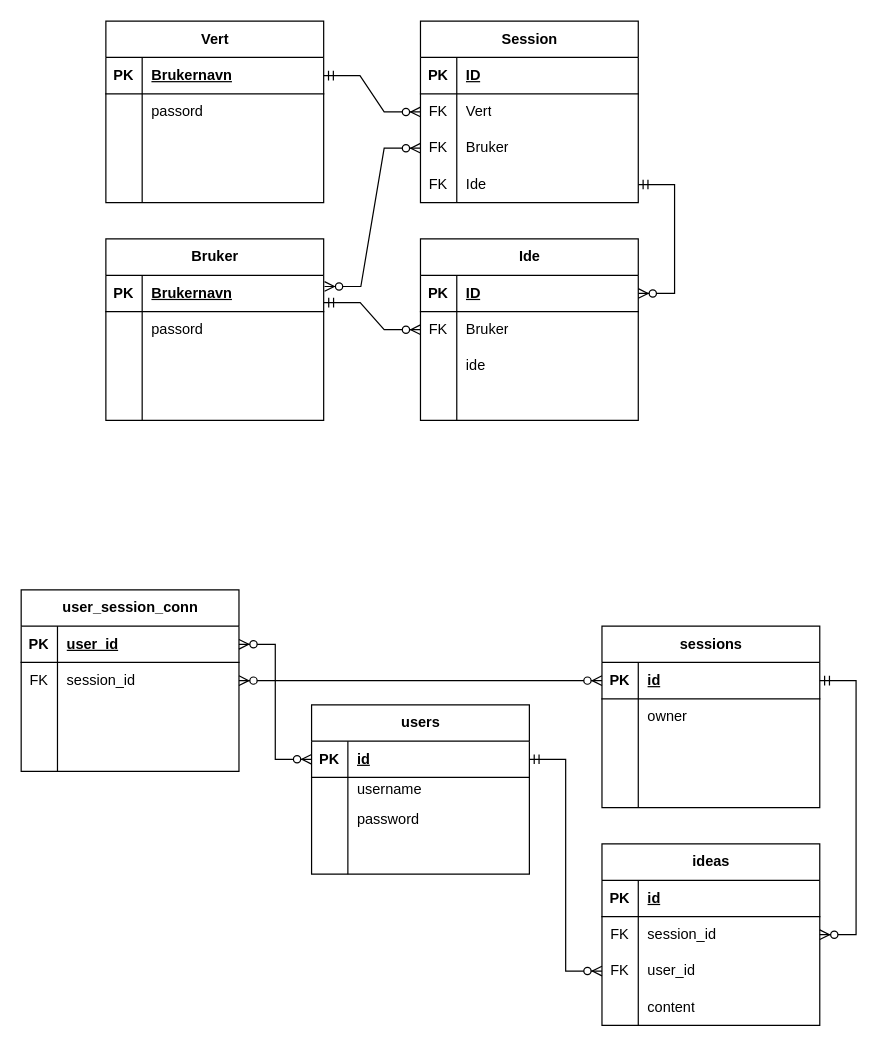
The draw.io diagram er.drawio in Zandra7/Brainstorming-app, before the edit. Source tidied: cells renumbered, new cells numbered last; positions are measured from the earlier drawing's top-left corner, leaving out a move shared by most shapes. Both pictures are drawn from the tidied source at 121%, with x=0, y=0 at pixel (21, 21).
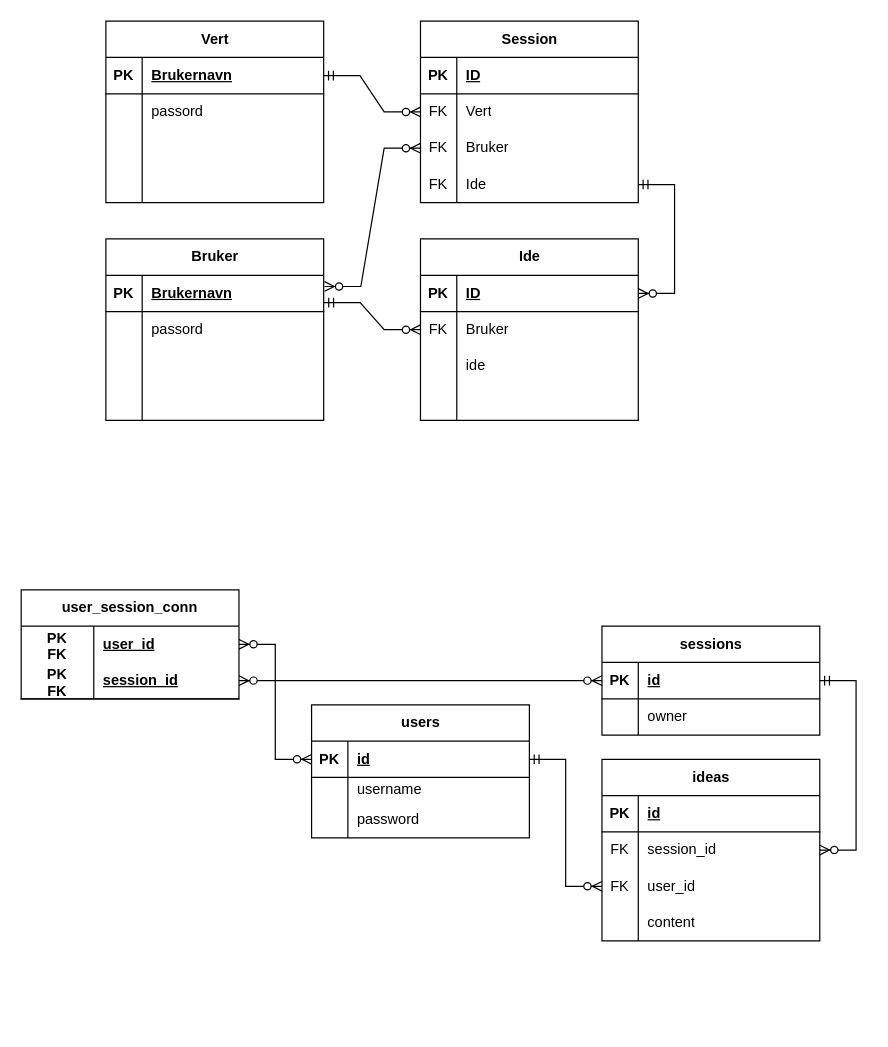
The same page after the edit.

Commit message:
Fikset feil med primary key og foreign key i user_session_conn tabellen. Det er nå to primary keys og to foreign keys.

Unchanged cells that the change refers to:
```xml
<mxCell id="59" style="shape=tableRow;horizontal=0;startSize=0;swimlaneHead=0;swimlaneBody=0;fillColor=none;points=[[0,0.5],[1,0.5]];portConstraint=eastwest;top=0;left=0;right=0;bottom=1;" parent="58" vertex="1">
  <mxGeometry y="30" width="180" height="30" as="geometry" />
</mxCell>
<mxCell id="85" style="shape=tableRow;horizontal=0;startSize=0;swimlaneHead=0;swimlaneBody=0;fillColor=none;points=[[0,0.5],[1,0.5]];portConstraint=eastwest;top=0;left=0;right=0;bottom=1;" parent="84" vertex="1">
  <mxGeometry y="30" width="180" height="30" as="geometry" />
</mxCell>
```

The edit, as a diff of the source:
```diff
@@
     <mxCell id="58" value="users" style="shape=table;startSize=30;childLayout=tableLayout;rowLines=0;fontStyle=1;align=center;html=1;" parent="1" vertex="1">
-      <mxGeometry x="240" y="565" width="180" height="140" as="geometry" />
+      <mxGeometry x="240" y="565" width="180" height="110" as="geometry" />
     </mxCell>
@@
-    <mxCell id="68" style="shape=tableRow;horizontal=0;startSize=0;swimlaneHead=0;swimlaneBody=0;fillColor=none;top=0;left=0;right=0;bottom=0;" parent="58" vertex="1">
-      <mxGeometry y="110" width="180" height="30" as="geometry" />
-    </mxCell>
-    <mxCell id="69" style="shape=partialRectangle;fillColor=none;top=0;left=0;bottom=0;right=0;overflow=hidden;whiteSpace=wrap;html=1;" parent="68" vertex="1">
-      <mxGeometry width="30" height="30" as="geometry" />
-    </mxCell>
-    <mxCell id="70" style="shape=partialRectangle;fillColor=none;top=0;left=0;bottom=0;right=0;align=left;spacingLeft=6;overflow=hidden;whiteSpace=wrap;html=1;" parent="68" vertex="1">
-      <mxGeometry x="30" width="150" height="30" as="geometry" />
-    </mxCell>
-    <mxCell id="71" value="user_session_conn" style="shape=table;startSize=30;childLayout=tableLayout;rowLines=0;fontStyle=1;align=center;html=1;" parent="1" vertex="1">
-      <mxGeometry y="470" width="180" height="150" as="geometry" />
-    </mxCell>
-    <mxCell id="72" style="shape=tableRow;horizontal=0;startSize=0;swimlaneHead=0;swimlaneBody=0;fillColor=none;points=[[0,0.5],[1,0.5]];portConstraint=eastwest;top=0;left=0;right=0;bottom=1;" parent="71" vertex="1">
-      <mxGeometry y="30" width="180" height="30" as="geometry" />
-    </mxCell>
-    <mxCell id="73" value="PK" style="shape=partialRectangle;fillColor=none;top=0;left=0;bottom=0;right=0;fontStyle=1;overflow=hidden;whiteSpace=wrap;html=1;" parent="72" vertex="1">
-      <mxGeometry width="30" height="30" as="geometry" />
-    </mxCell>
-    <mxCell id="74" value="user_id" style="shape=partialRectangle;fillColor=none;top=0;left=0;bottom=0;right=0;align=left;spacingLeft=6;fontStyle=5;overflow=hidden;whiteSpace=wrap;html=1;" parent="72" vertex="1">
-      <mxGeometry x="30" width="150" height="30" as="geometry" />
-    </mxCell>
-    <mxCell id="75" style="shape=tableRow;horizontal=0;startSize=0;swimlaneHead=0;swimlaneBody=0;fillColor=none;points=[[0,0.5],[1,0.5]];portConstraint=eastwest;top=0;left=0;right=0;bottom=0;" parent="71" vertex="1">
-      <mxGeometry y="60" width="180" height="30" as="geometry" />
-    </mxCell>
-    <mxCell id="76" value="FK" style="shape=partialRectangle;fillColor=none;top=0;left=0;bottom=0;right=0;overflow=hidden;whiteSpace=wrap;html=1;" parent="75" vertex="1">
-      <mxGeometry width="30" height="30" as="geometry" />
-    </mxCell>
-    <mxCell id="77" value="session_id" style="shape=partialRectangle;fillColor=none;top=0;left=0;bottom=0;right=0;align=left;spacingLeft=6;overflow=hidden;whiteSpace=wrap;html=1;" parent="75" vertex="1">
-      <mxGeometry x="30" width="150" height="30" as="geometry" />
-    </mxCell>
-    <mxCell id="78" style="shape=tableRow;horizontal=0;startSize=0;swimlaneHead=0;swimlaneBody=0;fillColor=none;top=0;left=0;right=0;bottom=0;" parent="71" vertex="1">
-      <mxGeometry y="90" width="180" height="30" as="geometry" />
-    </mxCell>
-    <mxCell id="79" style="shape=partialRectangle;fillColor=none;top=0;left=0;bottom=0;right=0;overflow=hidden;whiteSpace=wrap;html=1;" parent="78" vertex="1">
-      <mxGeometry width="30" height="30" as="geometry" />
-    </mxCell>
-    <mxCell id="80" style="shape=partialRectangle;fillColor=none;top=0;left=0;bottom=0;right=0;align=left;spacingLeft=6;overflow=hidden;whiteSpace=wrap;html=1;" parent="78" vertex="1">
-      <mxGeometry x="30" width="150" height="30" as="geometry" />
-    </mxCell>
-    <mxCell id="81" style="shape=tableRow;horizontal=0;startSize=0;swimlaneHead=0;swimlaneBody=0;fillColor=none;top=0;left=0;right=0;bottom=0;" parent="71" vertex="1">
-      <mxGeometry y="120" width="180" height="30" as="geometry" />
-    </mxCell>
-    <mxCell id="82" style="shape=partialRectangle;fillColor=none;top=0;left=0;bottom=0;right=0;overflow=hidden;whiteSpace=wrap;html=1;" parent="81" vertex="1">
-      <mxGeometry width="30" height="30" as="geometry" />
-    </mxCell>
-    <mxCell id="83" style="shape=partialRectangle;fillColor=none;top=0;left=0;bottom=0;right=0;align=left;spacingLeft=6;overflow=hidden;whiteSpace=wrap;html=1;" parent="81" vertex="1">
-      <mxGeometry x="30" width="150" height="30" as="geometry" />
-    </mxCell>
     <mxCell id="84" value="sessions" style="shape=table;startSize=30;childLayout=tableLayout;rowLines=0;fontStyle=1;align=center;html=1;" parent="1" vertex="1">
-      <mxGeometry x="480" y="500" width="180" height="150" as="geometry" />
+      <mxGeometry x="480" y="500" width="180" height="90" as="geometry" />
     </mxCell>
@@
-    <mxCell id="91" style="shape=tableRow;horizontal=0;startSize=0;swimlaneHead=0;swimlaneBody=0;fillColor=none;top=0;left=0;right=0;bottom=0;" parent="84" vertex="1">
-      <mxGeometry y="90" width="180" height="30" as="geometry" />
-    </mxCell>
-    <mxCell id="92" style="shape=partialRectangle;fillColor=none;top=0;left=0;bottom=0;right=0;overflow=hidden;whiteSpace=wrap;html=1;" parent="91" vertex="1">
-      <mxGeometry width="30" height="30" as="geometry" />
-    </mxCell>
-    <mxCell id="93" style="shape=partialRectangle;fillColor=none;top=0;left=0;bottom=0;right=0;align=left;spacingLeft=6;overflow=hidden;whiteSpace=wrap;html=1;" parent="91" vertex="1">
-      <mxGeometry x="30" width="150" height="30" as="geometry" />
-    </mxCell>
-    <mxCell id="94" style="shape=tableRow;horizontal=0;startSize=0;swimlaneHead=0;swimlaneBody=0;fillColor=none;top=0;left=0;right=0;bottom=0;" parent="84" vertex="1">
-      <mxGeometry y="120" width="180" height="30" as="geometry" />
-    </mxCell>
-    <mxCell id="95" style="shape=partialRectangle;fillColor=none;top=0;left=0;bottom=0;right=0;overflow=hidden;whiteSpace=wrap;html=1;" parent="94" vertex="1">
-      <mxGeometry width="30" height="30" as="geometry" />
-    </mxCell>
-    <mxCell id="96" style="shape=partialRectangle;fillColor=none;top=0;left=0;bottom=0;right=0;align=left;spacingLeft=6;overflow=hidden;whiteSpace=wrap;html=1;" parent="94" vertex="1">
-      <mxGeometry x="30" width="150" height="30" as="geometry" />
-    </mxCell>
     <mxCell id="97" value="ideas" style="shape=table;startSize=30;childLayout=tableLayout;rowLines=0;fontStyle=1;align=center;html=1;" parent="1" vertex="1">
-      <mxGeometry x="480" y="680" width="180" height="150" as="geometry" />
+      <mxGeometry x="480" y="610" width="180" height="150" as="geometry" />
     </mxCell>
@@
-    <mxCell id="112" style="edgeStyle=entityRelationEdgeStyle;fontSize=12;html=1;endArrow=ERzeroToMany;endFill=1;startArrow=ERzeroToMany;rounded=0;entryX=0;entryY=0.5;entryDx=0;entryDy=0;exitX=1;exitY=0.5;exitDx=0;exitDy=0;" parent="1" edge="1" source="75" target="85">
+    <mxCell id="112" style="edgeStyle=entityRelationEdgeStyle;fontSize=12;html=1;endArrow=ERzeroToMany;endFill=1;startArrow=ERzeroToMany;rounded=0;entryX=0;entryY=0.5;entryDx=0;entryDy=0;exitX=1;exitY=0.5;exitDx=0;exitDy=0;" parent="1" edge="1" source="116" target="85">
       <mxGeometry relative="1" as="geometry" />
     </mxCell>
-    <mxCell id="113" style="edgeStyle=entityRelationEdgeStyle;fontSize=12;html=1;endArrow=ERzeroToMany;endFill=1;startArrow=ERzeroToMany;rounded=0;exitX=1;exitY=0.5;exitDx=0;exitDy=0;entryX=0;entryY=0.5;entryDx=0;entryDy=0;" parent="1" edge="1" source="72" target="59">
+    <mxCell id="113" style="edgeStyle=entityRelationEdgeStyle;fontSize=12;html=1;endArrow=ERzeroToMany;endFill=1;startArrow=ERzeroToMany;rounded=0;exitX=1;exitY=0.5;exitDx=0;exitDy=0;entryX=0;entryY=0.5;entryDx=0;entryDy=0;" parent="1" edge="1" source="114" target="59">
       <mxGeometry relative="1" as="geometry" />
     </mxCell>
+    <mxCell id="71" value="user_session_conn" style="shape=table;startSize=30;childLayout=tableLayout;rowLines=0;fontStyle=1;align=center;html=1;whiteSpace=wrap;" parent="1" vertex="1">
+      <mxGeometry y="470" width="180" height="90" as="geometry" />
+    </mxCell>
+    <mxCell id="114" style="shape=tableRow;horizontal=0;startSize=0;swimlaneHead=0;swimlaneBody=0;fillColor=none;points=[[0,0.5],[1,0.5]];portConstraint=eastwest;top=0;left=0;right=0;bottom=0;html=1;" parent="71" vertex="1">
+      <mxGeometry y="30" width="180" height="30" as="geometry" />
+    </mxCell>
+    <mxCell id="115" value="PK&lt;br&gt;FK" style="shape=partialRectangle;fillColor=none;top=0;left=0;bottom=0;right=0;fontStyle=1;overflow=hidden;html=1;whiteSpace=wrap;" parent="114" vertex="1">
+      <mxGeometry width="60" height="30" as="geometry" />
+    </mxCell>
+    <mxCell id="74" value="user_id" style="shape=partialRectangle;fillColor=none;top=0;left=0;bottom=0;right=0;align=left;spacingLeft=6;fontStyle=5;overflow=hidden;html=1;whiteSpace=wrap;" parent="114" vertex="1">
+      <mxGeometry x="60" width="120" height="30" as="geometry" />
+    </mxCell>
+    <mxCell id="116" style="shape=tableRow;horizontal=0;startSize=0;swimlaneHead=0;swimlaneBody=0;fillColor=none;points=[[0,0.5],[1,0.5]];portConstraint=eastwest;top=0;left=0;right=0;bottom=1;html=1;" parent="71" vertex="1">
+      <mxGeometry y="60" width="180" height="30" as="geometry" />
+    </mxCell>
+    <mxCell id="117" value="PK&lt;br&gt;FK" style="shape=partialRectangle;fillColor=none;top=0;left=0;bottom=0;right=0;fontStyle=1;overflow=hidden;html=1;whiteSpace=wrap;" parent="116" vertex="1">
+      <mxGeometry width="60" height="30" as="geometry" />
+    </mxCell>
+    <mxCell id="77" value="session_id" style="shape=partialRectangle;fillColor=none;top=0;left=0;bottom=0;right=0;align=left;spacingLeft=6;fontStyle=5;overflow=hidden;html=1;whiteSpace=wrap;" parent="116" vertex="1">
+      <mxGeometry x="60" width="120" height="30" as="geometry" />
+    </mxCell>
```
